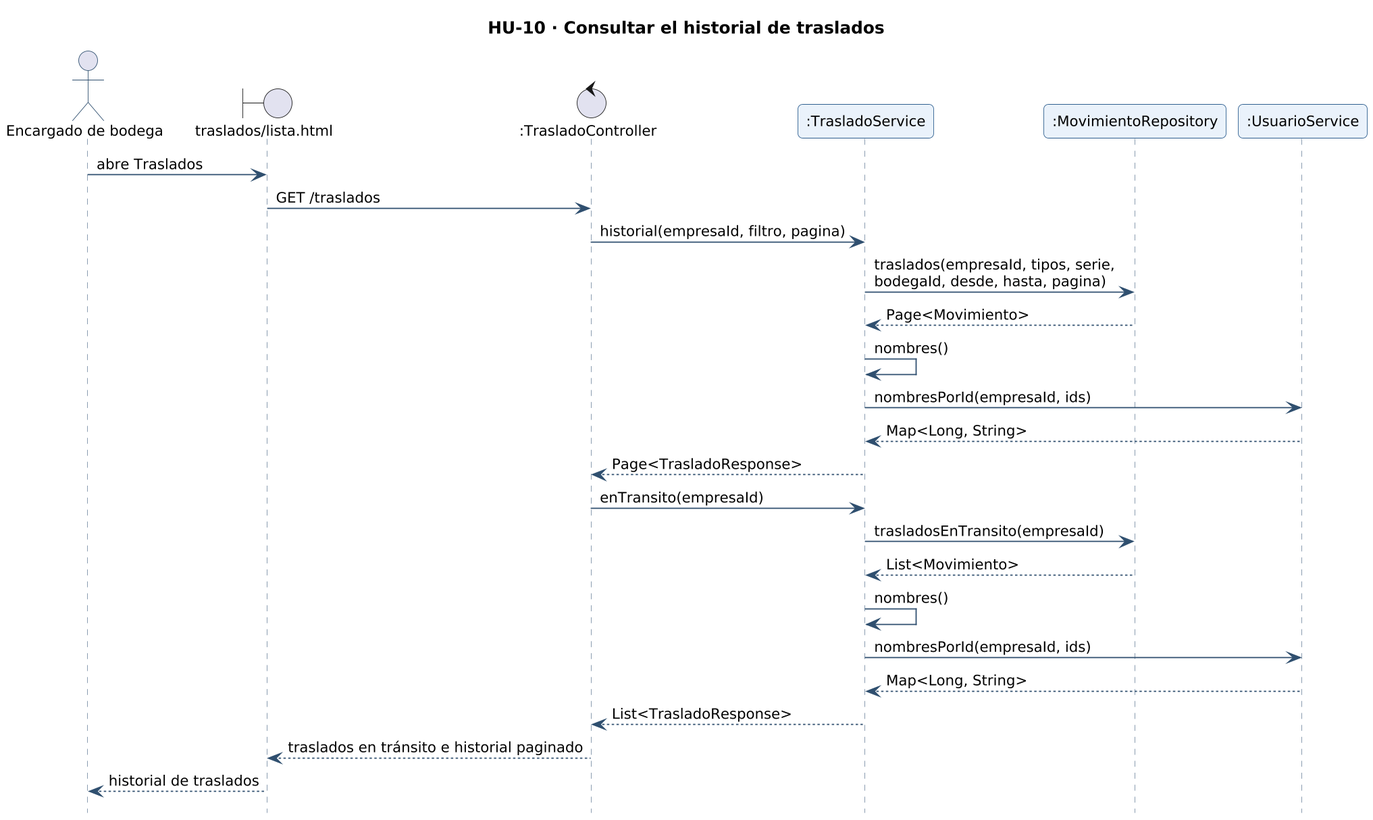
This is docs/diagramas/secuencia-hu-10.png from gonzaloarenasduoc/Mira, a PlantUML export, as it was before one commit. Its diagram source:
```plantuml
@startuml secuencia-hu-10
!include _estilo.iuml
hide footbox
skinparam maxMessageSize 260
skinparam sequenceMessageAlign left
title HU-10 · Consultar el historial de traslados
actor "Encargado de bodega" as A
boundary "traslados/lista.html" as L_VISTA_traslados_lista
control ":TrasladoController" as L_TrasladoController
participant ":TrasladoService" as L_TrasladoService
participant ":MovimientoRepository" as L_MovimientoRepository
participant ":UsuarioService" as L_UsuarioService
A -> L_VISTA_traslados_lista : abre Traslados
L_VISTA_traslados_lista -> L_TrasladoController : GET /traslados
L_TrasladoController -> L_TrasladoService : historial(empresaId, filtro, pagina)
L_TrasladoService -> L_MovimientoRepository : traslados(empresaId, tipos, serie, bodegaId, desde, hasta, pagina)
L_MovimientoRepository --> L_TrasladoService : Page<Movimiento>
L_TrasladoService -> L_TrasladoService : nombres()
L_TrasladoService -> L_UsuarioService : nombresPorId(empresaId, ids)
L_UsuarioService --> L_TrasladoService : Map<Long, String>
L_TrasladoService --> L_TrasladoController : Page<TrasladoResponse>
L_TrasladoController -> L_TrasladoService : enTransito(empresaId)
L_TrasladoService -> L_MovimientoRepository : trasladosEnTransito(empresaId)
L_MovimientoRepository --> L_TrasladoService : List<Movimiento>
L_TrasladoService -> L_TrasladoService : nombres()
L_TrasladoService -> L_UsuarioService : nombresPorId(empresaId, ids)
L_UsuarioService --> L_TrasladoService : Map<Long, String>
L_TrasladoService --> L_TrasladoController : List<TrasladoResponse>
L_TrasladoController --> L_VISTA_traslados_lista : traslados en tránsito e historial paginado
L_VISTA_traslados_lista --> A : historial de traslados
@enduml
```
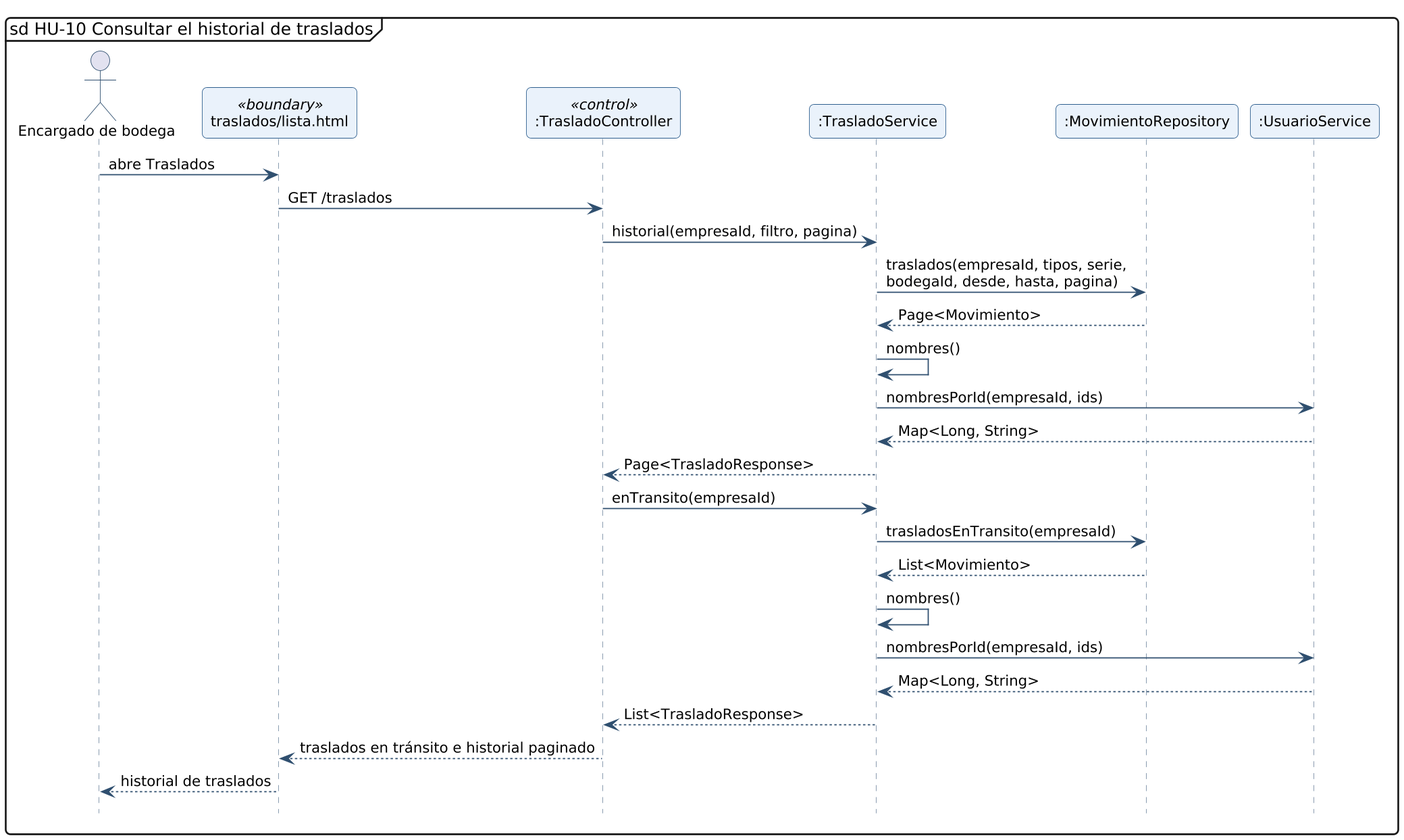
After the commit.

What changed in the source:
```diff
@@ -3,10 +3,10 @@
 hide footbox
 skinparam maxMessageSize 260
 skinparam sequenceMessageAlign left
-title HU-10 · Consultar el historial de traslados
+mainframe sd HU-10 Consultar el historial de traslados
 actor "Encargado de bodega" as A
-boundary "traslados/lista.html" as L_VISTA_traslados_lista
-control ":TrasladoController" as L_TrasladoController
+participant "traslados/lista.html" as L_VISTA_traslados_lista <<boundary>>
+participant ":TrasladoController" as L_TrasladoController <<control>>
 participant ":TrasladoService" as L_TrasladoService
 participant ":MovimientoRepository" as L_MovimientoRepository
 participant ":UsuarioService" as L_UsuarioService
```
